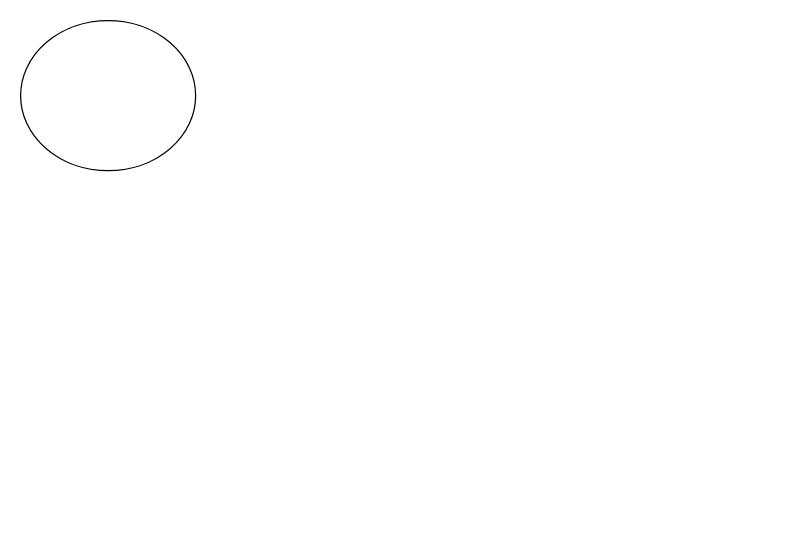
The draw.io diagram Test.drawio in jiankang/HelloWorld, before the edit. Source tidied: cells renumbered, new cells numbered last; positions are measured from the earlier drawing's top-left corner, leaving out a move shared by most shapes. Both pictures are drawn from the tidied source at 125%, with x=0, y=0 at pixel (20, 20).
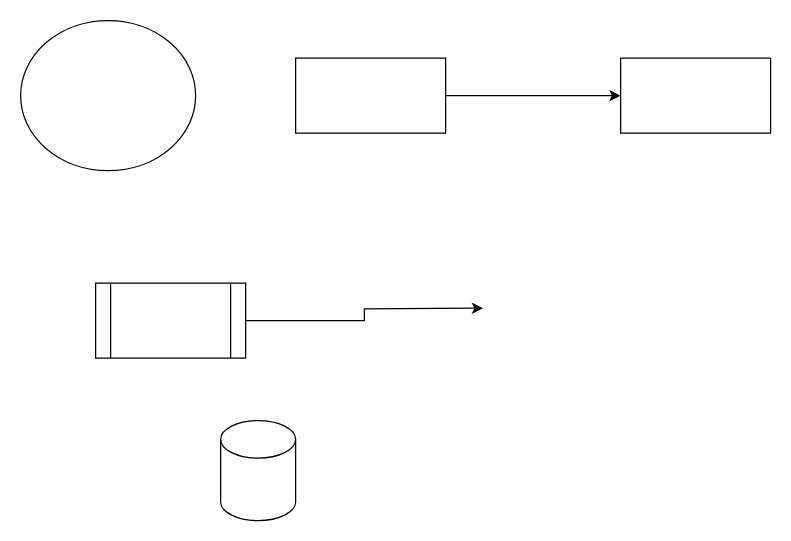
After the change.

Change to the diagram source:
```diff
@@
 <mxGraphModel>
   <root>
     <mxCell id="0" />
     <mxCell id="1" parent="0" />
     <mxCell id="2" style="ellipse;whiteSpace=wrap;html=1;shapeInside=1;" parent="1" vertex="1">
       <mxGeometry width="140" height="120" as="geometry" />
     </mxCell>
+    <mxCell id="3" style="edgeStyle=orthogonalEdgeStyle;rounded=0;jettySize=auto;html=1;" parent="1" edge="1" source="4">
+      <mxGeometry relative="1" as="geometry">
+        <mxPoint x="370" y="230" as="targetPoint" />
+      </mxGeometry>
+    </mxCell>
+    <mxCell id="4" style="shape=process;whiteSpace=wrap;html=1;backgroundOutline=1;" parent="1" vertex="1">
+      <mxGeometry x="60" y="210" width="120" height="60" as="geometry" />
+    </mxCell>
+    <mxCell id="5" style="shape=cylinder3;whiteSpace=wrap;html=1;boundedLbl=1;backgroundOutline=1;size=15;" parent="1" vertex="1">
+      <mxGeometry x="160" y="320" width="60" height="80" as="geometry" />
+    </mxCell>
+    <mxCell id="6" style="edgeStyle=orthogonalEdgeStyle;rounded=0;jettySize=auto;html=1;" parent="1" edge="1" source="7" target="8">
+      <mxGeometry relative="1" as="geometry" />
+    </mxCell>
+    <mxCell id="7" style="rounded=0;whiteSpace=wrap;html=1;" parent="1" vertex="1">
+      <mxGeometry x="220" y="30" width="120" height="60" as="geometry" />
+    </mxCell>
+    <mxCell id="8" style="whiteSpace=wrap;html=1;rounded=0;" parent="1" vertex="1">
+      <mxGeometry x="480" y="30" width="120" height="60" as="geometry" />
+    </mxCell>
   </root>
 </mxGraphModel>
```
